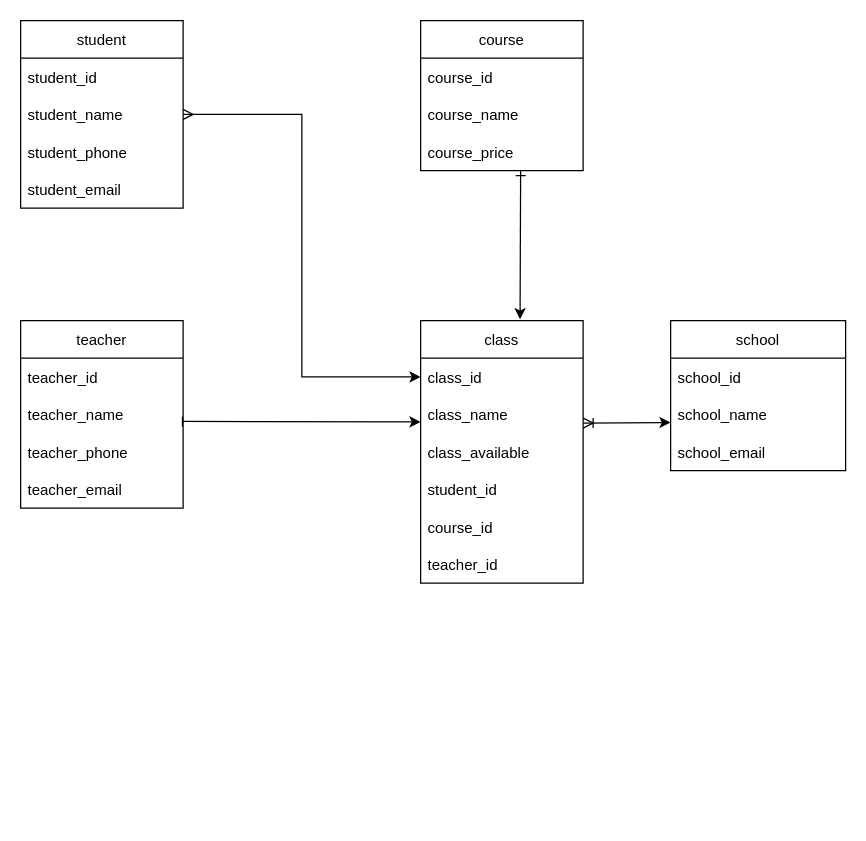
phuc-create/assignment-go keeps this draw.io diagram as db_schema_draft.drawio. Above is the earlier version. Source tidied: cells renumbered, new cells numbered last; positions are measured from the earlier drawing's top-left corner, leaving out a move shared by most shapes. Both pictures are drawn from the tidied source at 125%, with x=0, y=0 at pixel (20, 20).
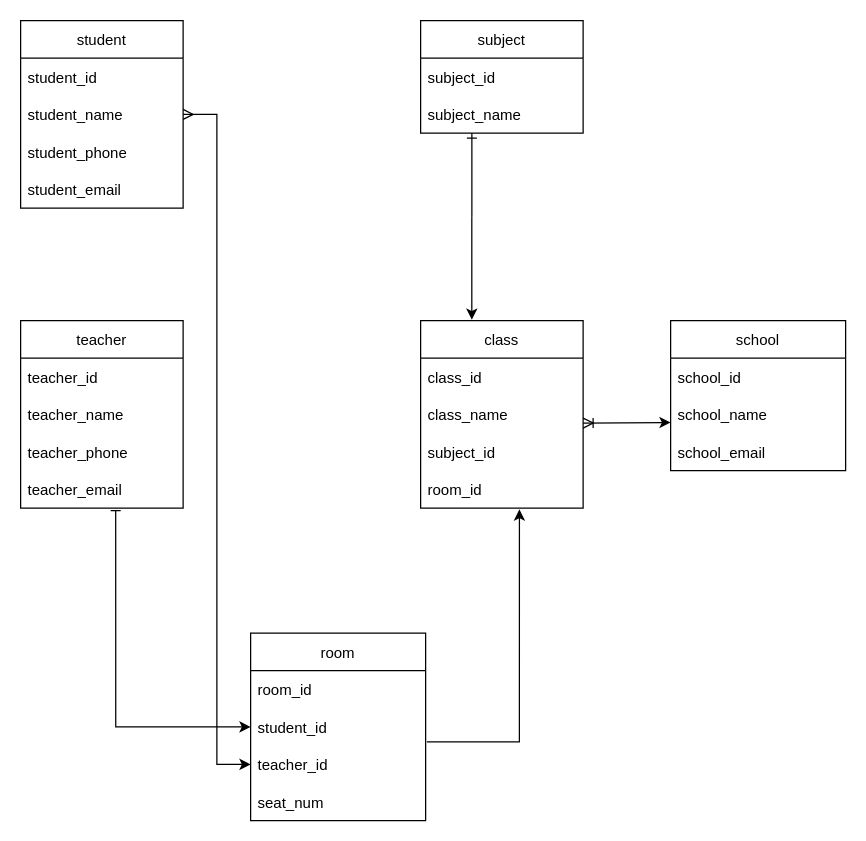
Above is the later version.

Commit message:
Cập nhật db_schema_draft.drawio

The change refers to these unchanged cells:
```xml
<mxCell id="4" value="student_name" style="text;strokeColor=none;fillColor=none;align=left;verticalAlign=middle;spacingLeft=4;spacingRight=4;overflow=hidden;points=[[0,0.5],[1,0.5]];portConstraint=eastwest;" parent="2" vertex="1">
  <mxGeometry y="60" width="130" height="30" as="geometry" />
</mxCell>
<mxCell id="12" value="class_id" style="text;strokeColor=none;fillColor=none;align=left;verticalAlign=middle;spacingLeft=4;spacingRight=4;overflow=hidden;points=[[0,0.5],[1,0.5]];portConstraint=eastwest;" parent="11" vertex="1">
  <mxGeometry y="30" width="130" height="30" as="geometry" />
</mxCell>
<mxCell id="20" value="teacher_name" style="text;strokeColor=none;fillColor=none;align=left;verticalAlign=middle;spacingLeft=4;spacingRight=4;overflow=hidden;points=[[0,0.5],[1,0.5]];portConstraint=eastwest;" parent="18" vertex="1">
  <mxGeometry y="60" width="130" height="30" as="geometry" />
</mxCell>
<mxCell id="22" value="teacher_email" style="text;strokeColor=none;fillColor=none;align=left;verticalAlign=middle;spacingLeft=4;spacingRight=4;overflow=hidden;points=[[0,0.5],[1,0.5]];portConstraint=eastwest;" parent="18" vertex="1">
  <mxGeometry y="120" width="130" height="30" as="geometry" />
</mxCell>
```

Change to the diagram source:
```diff
@@
-    <mxCell id="7" value="course" style="swimlane;fontStyle=0;horizontal=1;startSize=30;" parent="1" vertex="1">
-      <mxGeometry x="320" width="130" height="120" as="geometry" />
+    <mxCell id="7" value="subject" style="swimlane;fontStyle=0;horizontal=1;startSize=30;" parent="1" vertex="1">
+      <mxGeometry x="320" width="130" height="90" as="geometry" />
     </mxCell>
-    <mxCell id="8" value="course_id" style="text;strokeColor=none;fillColor=none;align=left;verticalAlign=middle;spacingLeft=4;spacingRight=4;overflow=hidden;" parent="7" vertex="1">
+    <mxCell id="8" value="subject_id" style="text;strokeColor=none;fillColor=none;align=left;verticalAlign=middle;spacingLeft=4;spacingRight=4;overflow=hidden;" parent="7" vertex="1">
       <mxGeometry y="30" width="130" height="30" as="geometry" />
     </mxCell>
-    <mxCell id="9" value="course_name" style="text;strokeColor=none;fillColor=none;align=left;verticalAlign=middle;spacingLeft=4;spacingRight=4;overflow=hidden;" parent="7" vertex="1">
+    <mxCell id="9" value="subject_name" style="text;strokeColor=none;fillColor=none;align=left;verticalAlign=middle;spacingLeft=4;spacingRight=4;overflow=hidden;" parent="7" vertex="1">
       <mxGeometry y="60" width="130" height="30" as="geometry" />
     </mxCell>
-    <mxCell id="10" value="course_price" style="text;strokeColor=none;fillColor=none;align=left;verticalAlign=middle;spacingLeft=4;spacingRight=4;overflow=hidden;" parent="7" vertex="1">
-      <mxGeometry y="90" width="130" height="30" as="geometry" />
-    </mxCell>
     <mxCell id="11" value="class" style="swimlane;fontStyle=0;horizontal=1;startSize=30;" parent="1" vertex="1">
-      <mxGeometry x="320" y="240" width="130" height="210" as="geometry" />
+      <mxGeometry x="320" y="240" width="130" height="150" as="geometry" />
     </mxCell>
@@
-    <mxCell id="14" value="class_available" style="text;strokeColor=none;fillColor=none;align=left;verticalAlign=middle;spacingLeft=4;spacingRight=4;overflow=hidden;" parent="11" vertex="1">
+    <mxCell id="14" value="subject_id" style="text;strokeColor=none;fillColor=none;align=left;verticalAlign=middle;spacingLeft=4;spacingRight=4;overflow=hidden;" parent="11" vertex="1">
       <mxGeometry y="90" width="130" height="30" as="geometry" />
     </mxCell>
-    <mxCell id="15" value="student_id" style="text;strokeColor=none;fillColor=none;align=left;verticalAlign=middle;spacingLeft=4;spacingRight=4;overflow=hidden;points=[[0,0.5],[1,0.5]];portConstraint=eastwest;" parent="11" vertex="1">
+    <mxCell id="15" value="room_id" style="text;strokeColor=none;fillColor=none;align=left;verticalAlign=middle;spacingLeft=4;spacingRight=4;overflow=hidden;points=[[0,0.5],[1,0.5]];portConstraint=eastwest;" parent="11" vertex="1">
       <mxGeometry y="120" width="130" height="30" as="geometry" />
     </mxCell>
-    <mxCell id="16" value="course_id" style="text;strokeColor=none;fillColor=none;align=left;verticalAlign=middle;spacingLeft=4;spacingRight=4;overflow=hidden;" parent="11" vertex="1">
-      <mxGeometry y="150" width="130" height="30" as="geometry" />
-    </mxCell>
-    <mxCell id="17" value="teacher_id" style="text;strokeColor=none;fillColor=none;align=left;verticalAlign=middle;spacingLeft=4;spacingRight=4;overflow=hidden;points=[[0,0.5],[1,0.5]];portConstraint=eastwest;" parent="11" vertex="1">
-      <mxGeometry y="180" width="130" height="30" as="geometry" />
-    </mxCell>
@@
-    <mxCell id="23" style="endArrow=classic;html=1;rounded=0;exitX=1;exitY=0.5;exitDx=0;exitDy=0;entryX=0;entryY=0.5;entryDx=0;entryDy=0;edgeStyle=orthogonalEdgeStyle;startArrow=ERmany;startFill=0;" parent="1" edge="1" source="4" target="12">
+    <mxCell id="23" style="endArrow=classic;html=1;rounded=0;exitX=1;exitY=0.5;exitDx=0;exitDy=0;entryX=0;entryY=0.5;entryDx=0;entryDy=0;edgeStyle=orthogonalEdgeStyle;startArrow=ERmany;startFill=0;" parent="1" edge="1" source="4" target="17">
       <mxGeometry relative="1" as="geometry" />
     </mxCell>
-    <mxCell id="24" style="endArrow=classic;html=1;rounded=0;exitX=0.996;exitY=0.689;exitDx=0;exitDy=0;exitPerimeter=0;startArrow=baseDash;startFill=0;" parent="1" edge="1" source="20">
+    <mxCell id="24" style="endArrow=classic;html=1;rounded=0;exitX=0.585;exitY=1.067;exitDx=0;exitDy=0;exitPerimeter=0;startArrow=baseDash;startFill=0;entryX=0;entryY=0.5;entryDx=0;entryDy=0;edgeStyle=orthogonalEdgeStyle;" parent="1" edge="1" source="22" target="33">
       <mxGeometry relative="1" as="geometry">
-        <mxPoint x="320" y="321" as="targetPoint" />
+        <Array as="points">
+          <mxPoint x="76" y="565" />
+        </Array>
       </mxGeometry>
     </mxCell>
-    <mxCell id="25" style="endArrow=classic;html=1;rounded=0;entryX=0.612;entryY=-0.005;entryDx=0;entryDy=0;entryPerimeter=0;startArrow=ERone;startFill=0;" parent="1" edge="1" target="11">
+    <mxCell id="25" style="endArrow=classic;html=1;rounded=0;startArrow=ERone;startFill=0;entryX=0.315;entryY=-0.005;entryDx=0;entryDy=0;entryPerimeter=0;" parent="1" edge="1" target="11">
       <mxGeometry relative="1" as="geometry">
-        <mxPoint x="400" y="120" as="sourcePoint" />
+        <mxPoint x="361" y="90" as="sourcePoint" />
       </mxGeometry>
     </mxCell>
@@
+    <mxCell id="31" value="room" style="swimlane;fontStyle=0;horizontal=1;startSize=30;" parent="1" vertex="1">
+      <mxGeometry x="184" y="490" width="140" height="150" as="geometry" />
+    </mxCell>
+    <mxCell id="32" value="room_id" style="text;strokeColor=none;fillColor=none;align=left;verticalAlign=middle;spacingLeft=4;spacingRight=4;overflow=hidden;" parent="31" vertex="1">
+      <mxGeometry y="30" width="140" height="30" as="geometry" />
+    </mxCell>
+    <mxCell id="33" value="student_id" style="text;strokeColor=none;fillColor=none;align=left;verticalAlign=middle;spacingLeft=4;spacingRight=4;overflow=hidden;points=[[0,0.5],[1,0.5]];portConstraint=eastwest;" parent="31" vertex="1">
+      <mxGeometry y="60" width="140" height="30" as="geometry" />
+    </mxCell>
+    <mxCell id="17" value="teacher_id" style="text;strokeColor=none;fillColor=none;align=left;verticalAlign=middle;spacingLeft=4;spacingRight=4;overflow=hidden;points=[[0,0.5],[1,0.5]];portConstraint=eastwest;" parent="31" vertex="1">
+      <mxGeometry y="90" width="140" height="30" as="geometry" />
+    </mxCell>
+    <mxCell id="34" value="seat_num" style="text;strokeColor=none;fillColor=none;align=left;verticalAlign=middle;spacingLeft=4;spacingRight=4;overflow=hidden;" parent="31" vertex="1">
+      <mxGeometry y="120" width="140" height="30" as="geometry" />
+    </mxCell>
+    <mxCell id="35" style="endArrow=classic;html=1;rounded=0;exitX=1.007;exitY=-0.1;exitDx=0;exitDy=0;exitPerimeter=0;entryX=0.608;entryY=1.033;entryDx=0;entryDy=0;entryPerimeter=0;edgeStyle=orthogonalEdgeStyle;" parent="1" edge="1" source="17" target="15">
+      <mxGeometry relative="1" as="geometry" />
+    </mxCell>
```
